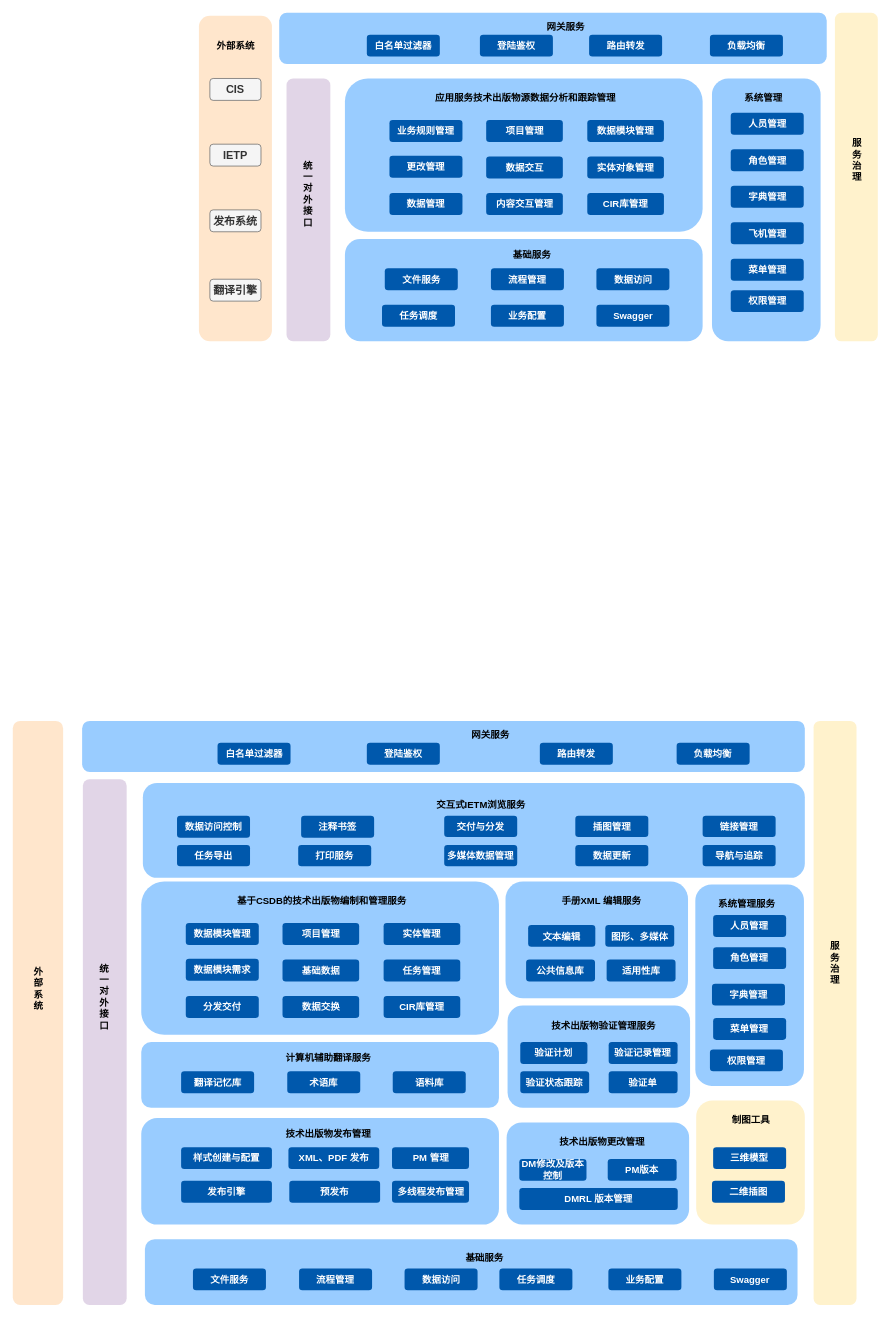
DemonHan/KuickBuy keeps this draw.io diagram as 机载共性/机载共性应用架构.drawio. Above is the earlier version. Source tidied: cells renumbered, new cells numbered last; positions are measured from the earlier drawing's top-left corner, leaving out a move shared by most shapes. Both pictures are drawn from the tidied source at 73%, with x=0, y=0 at pixel (12, 12).
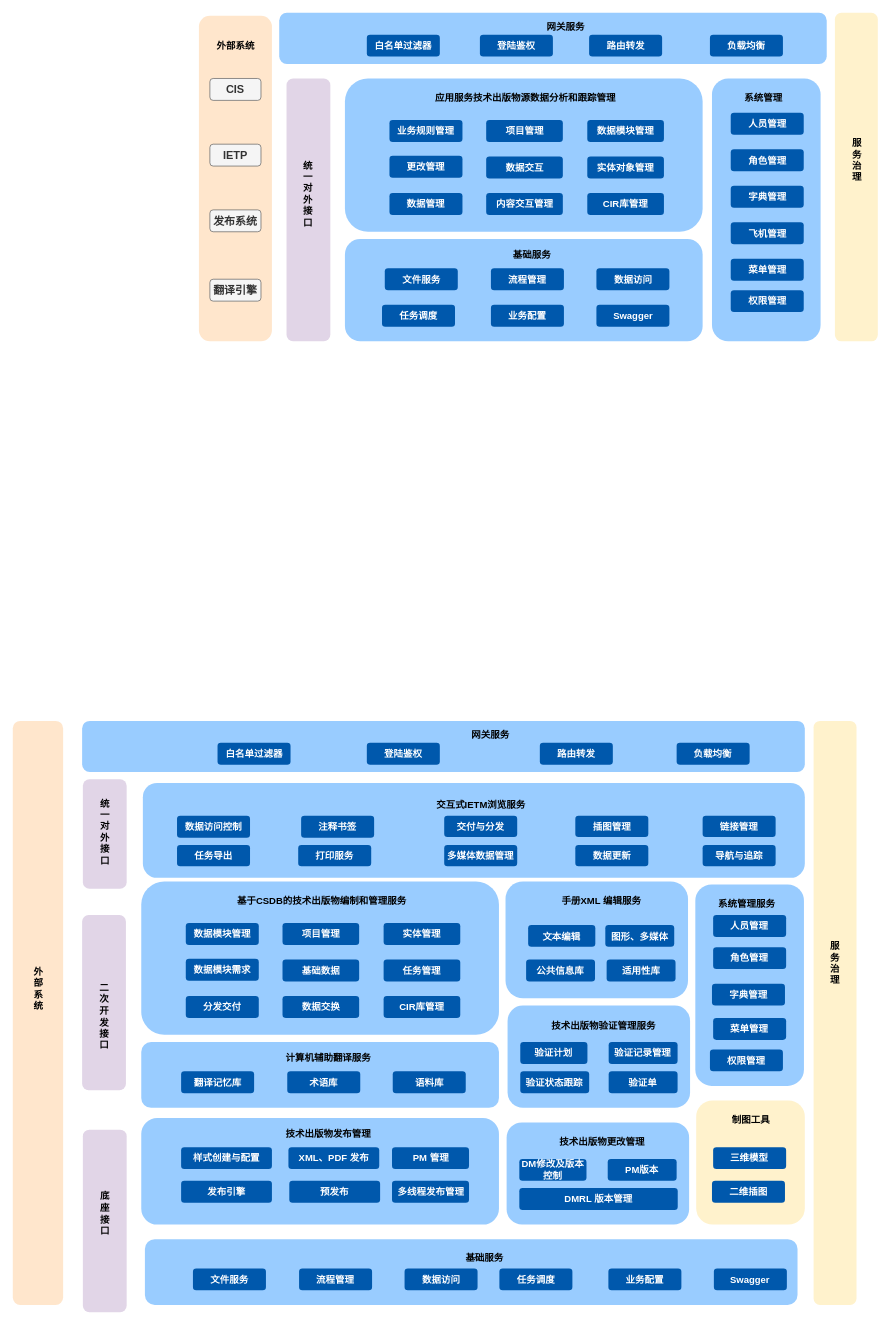
Above is the later version.

Commit message:
更新机载共性应用架构.drawio

Diff of the diagram source:
```diff
@@
     <mxCell id="74" style="rounded=1;whiteSpace=wrap;html=1;fillColor=#e1d5e7;strokeColor=none;" parent="1" vertex="1">
-      <mxGeometry x="96" y="1050" width="60" height="720" as="geometry" />
+      <mxGeometry x="96" y="1050" width="60" height="150" as="geometry" />
     </mxCell>
     <mxCell id="75" value="统&lt;div&gt;一&lt;/div&gt;&lt;div&gt;对&lt;/div&gt;&lt;div&gt;外&lt;/div&gt;&lt;div&gt;接&lt;/div&gt;&lt;div&gt;口&lt;/div&gt;&lt;div&gt;&lt;br&gt;&lt;/div&gt;" style="text;html=1;align=center;verticalAlign=middle;strokeColor=none;fillColor=none;fontStyle=1;fontSize=13;" parent="1" vertex="1">
-      <mxGeometry x="104.8" y="1296" width="40" height="120" as="geometry" />
+      <mxGeometry x="106" y="1070" width="40" height="120" as="geometry" />
     </mxCell>
@@
+    <mxCell id="129" style="rounded=1;whiteSpace=wrap;html=1;fillColor=#e1d5e7;strokeColor=none;" parent="1" vertex="1">
+      <mxGeometry x="95" y="1236" width="60" height="240" as="geometry" />
+    </mxCell>
+    <mxCell id="130" value="&lt;div&gt;二&lt;/div&gt;&lt;div&gt;次&lt;/div&gt;&lt;div&gt;开&lt;/div&gt;&lt;div&gt;发&lt;/div&gt;&lt;div&gt;接&lt;/div&gt;&lt;div&gt;口&lt;/div&gt;" style="text;html=1;align=center;verticalAlign=middle;strokeColor=none;fillColor=none;fontStyle=1;fontSize=13;" parent="1" vertex="1">
+      <mxGeometry x="105" y="1320" width="40" height="110" as="geometry" />
+    </mxCell>
+    <mxCell id="131" style="rounded=1;whiteSpace=wrap;html=1;fillColor=#e1d5e7;strokeColor=none;" parent="1" vertex="1">
+      <mxGeometry x="96" y="1530" width="60" height="250" as="geometry" />
+    </mxCell>
+    <mxCell id="132" value="底&lt;div&gt;座&lt;/div&gt;&lt;div&gt;接&lt;/div&gt;&lt;div&gt;口&lt;/div&gt;" style="text;html=1;align=center;verticalAlign=middle;strokeColor=none;fillColor=none;fontStyle=1;fontSize=13;" parent="1" vertex="1">
+      <mxGeometry x="106" y="1605" width="40" height="80" as="geometry" />
+    </mxCell>
```
